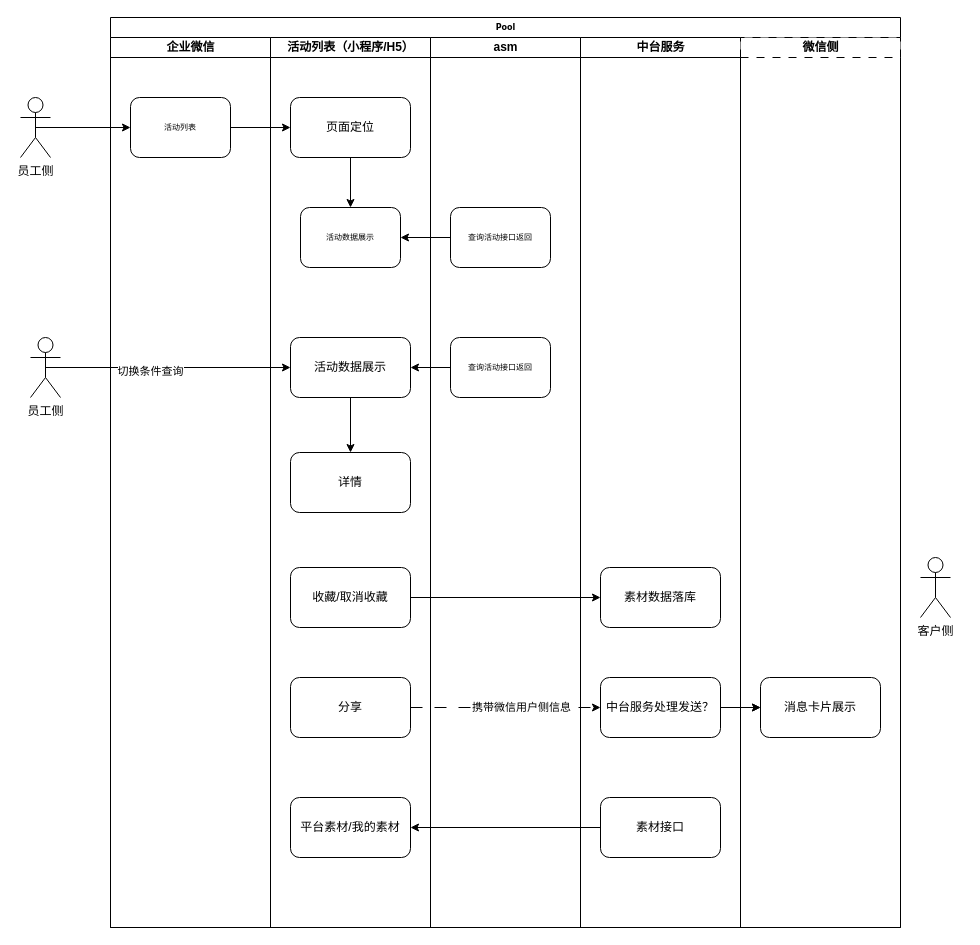
Above: 企业微信-活动列表.drawio in ThinkHuang/diagram (draw.io), before the change. Source tidied: cells renumbered, new cells numbered last; positions are measured from the earlier drawing's top-left corner, leaving out a move shared by most shapes. Both pictures are drawn from the tidied source at 100%, with x=0, y=0 at pixel (20, 17).
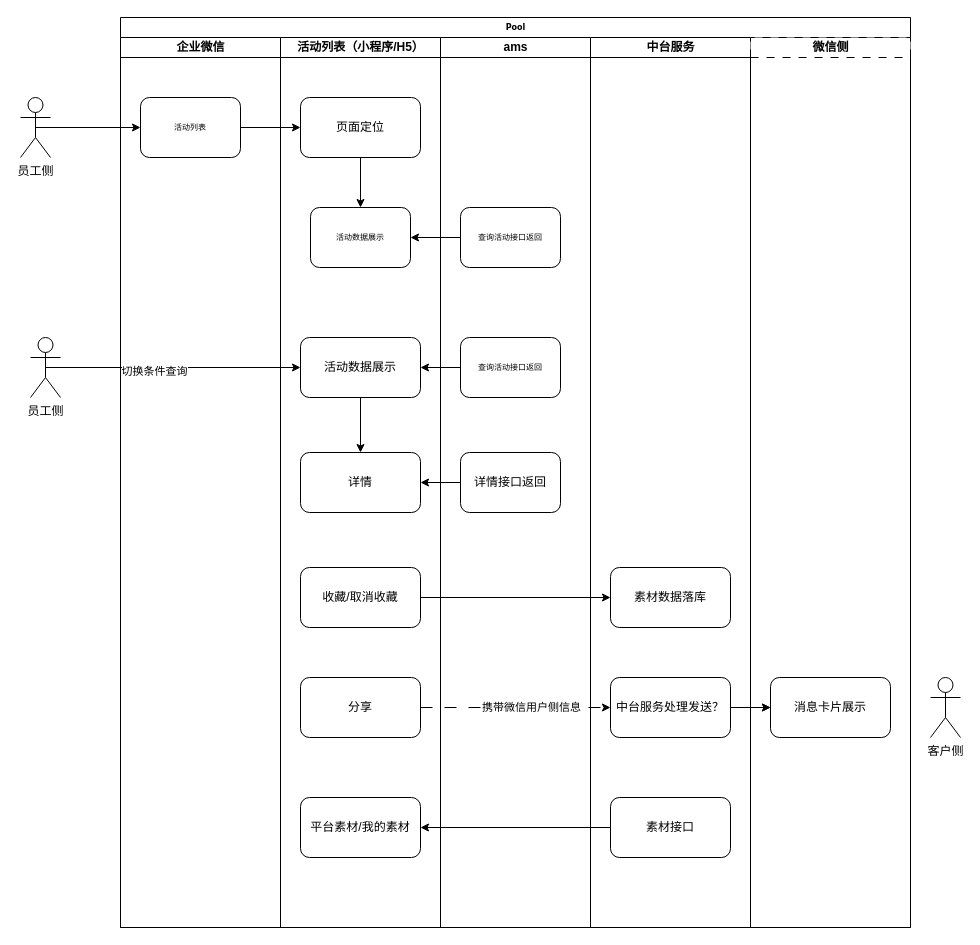
After the change.

Commit message (it also covers changes not shown here):
更新企业微信-活动列表.drawio

Unchanged cells that the change refers to:
```xml
<mxCell id="14" value="详情" style="rounded=1;whiteSpace=wrap;html=1;" parent="5" vertex="1">
  <mxGeometry x="20" y="415" width="120" height="60" as="geometry" />
</mxCell>
<mxCell id="29" value="中台服务处理发送？" style="rounded=1;whiteSpace=wrap;html=1;" parent="27" vertex="1">
  <mxGeometry x="20" y="640" width="120" height="60" as="geometry" />
</mxCell>
<mxCell id="32" value="消息卡片展示" style="rounded=1;whiteSpace=wrap;html=1;" parent="31" vertex="1">
  <mxGeometry x="20" y="640" width="120" height="60" as="geometry" />
</mxCell>
```

The edit, as a diff of the source:
```diff
@@
     <mxCell id="2" value="Pool" style="swimlane;html=1;startSize=20;rounded=0;shadow=0;labelBackgroundColor=none;strokeWidth=1;fontFamily=Verdana;fontSize=8;align=center;" parent="1" vertex="1">
-      <mxGeometry x="90" width="790" height="910" as="geometry" />
+      <mxGeometry x="100" width="790" height="910" as="geometry" />
     </mxCell>
@@
-    <mxCell id="15" value="asm" style="swimlane;html=1;startSize=20;" parent="2" vertex="1">
+    <mxCell id="15" value="ams" style="swimlane;html=1;startSize=20;" parent="2" vertex="1">
       <mxGeometry x="320" y="20" width="150" height="890" as="geometry" />
     </mxCell>
@@
+    <mxCell id="39" value="详情接口返回" style="rounded=1;whiteSpace=wrap;html=1;" parent="15" vertex="1">
+      <mxGeometry x="20" y="415" width="100" height="60" as="geometry" />
+    </mxCell>
@@
-    <mxCell id="25" style="edgeStyle=orthogonalEdgeStyle;jettySize=auto;html=1;dashed=1;rounded=0;" parent="2" edge="1" source="29" target="32">
+    <mxCell id="25" style="edgeStyle=orthogonalEdgeStyle;jettySize=auto;html=1;dashed=1;rounded=1;dashPattern=12 12;" parent="2" edge="1" source="29" target="32">
       <mxGeometry relative="1" as="geometry" />
     </mxCell>
@@
+    <mxCell id="40" style="edgeStyle=orthogonalEdgeStyle;rounded=0;jettySize=auto;html=1;exitX=0;exitY=0.5;exitDx=0;exitDy=0;" parent="2" edge="1" source="39" target="14">
+      <mxGeometry relative="1" as="geometry" />
+    </mxCell>
@@
     <mxCell id="38" value="客户侧" style="shape=umlActor;verticalLabelPosition=bottom;verticalAlign=top;html=1;" parent="1" vertex="1">
-      <mxGeometry x="900" y="540" width="30" height="60" as="geometry" />
+      <mxGeometry x="910" y="660" width="30" height="60" as="geometry" />
     </mxCell>
```
